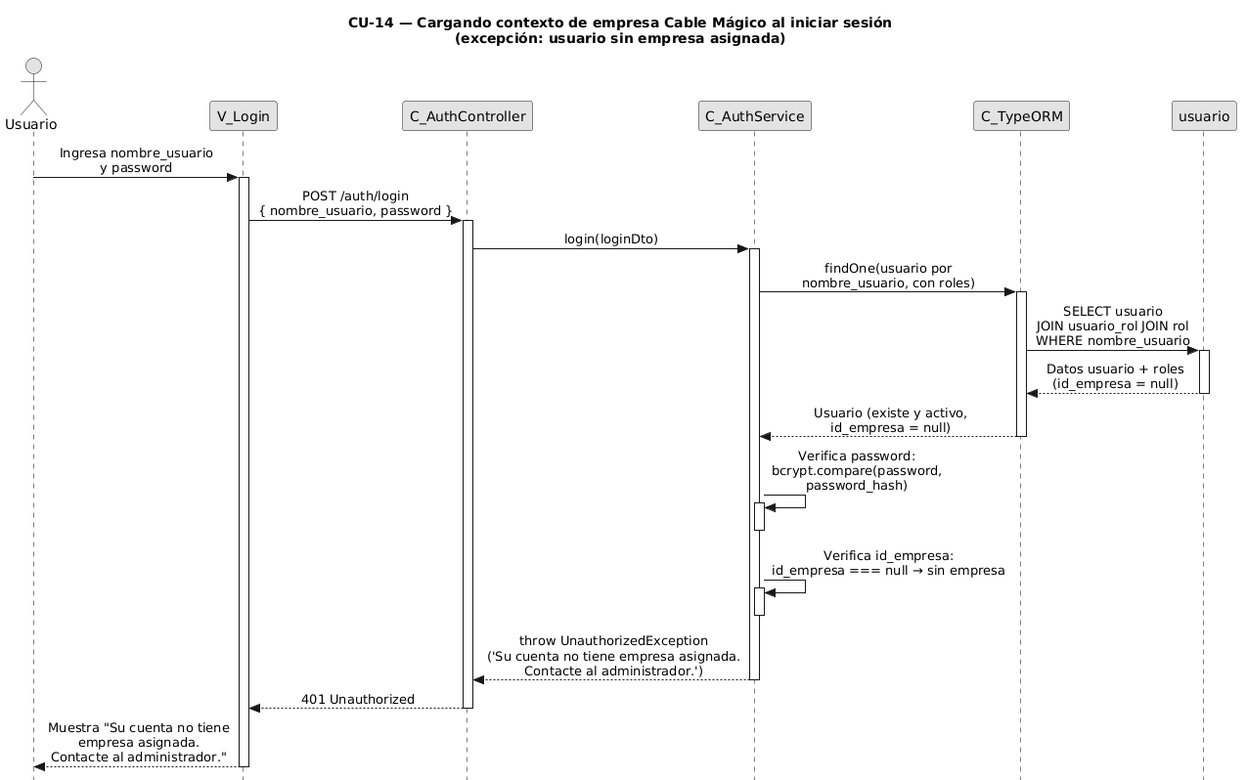
FSM-Finet-y-Cable-Magico/Team_1-Inventario-y-Bodega keeps this PlantUML diagram as diagramas-secuencia/CU14/CU14-exc-sin-empresa.png. Above is the earlier version.
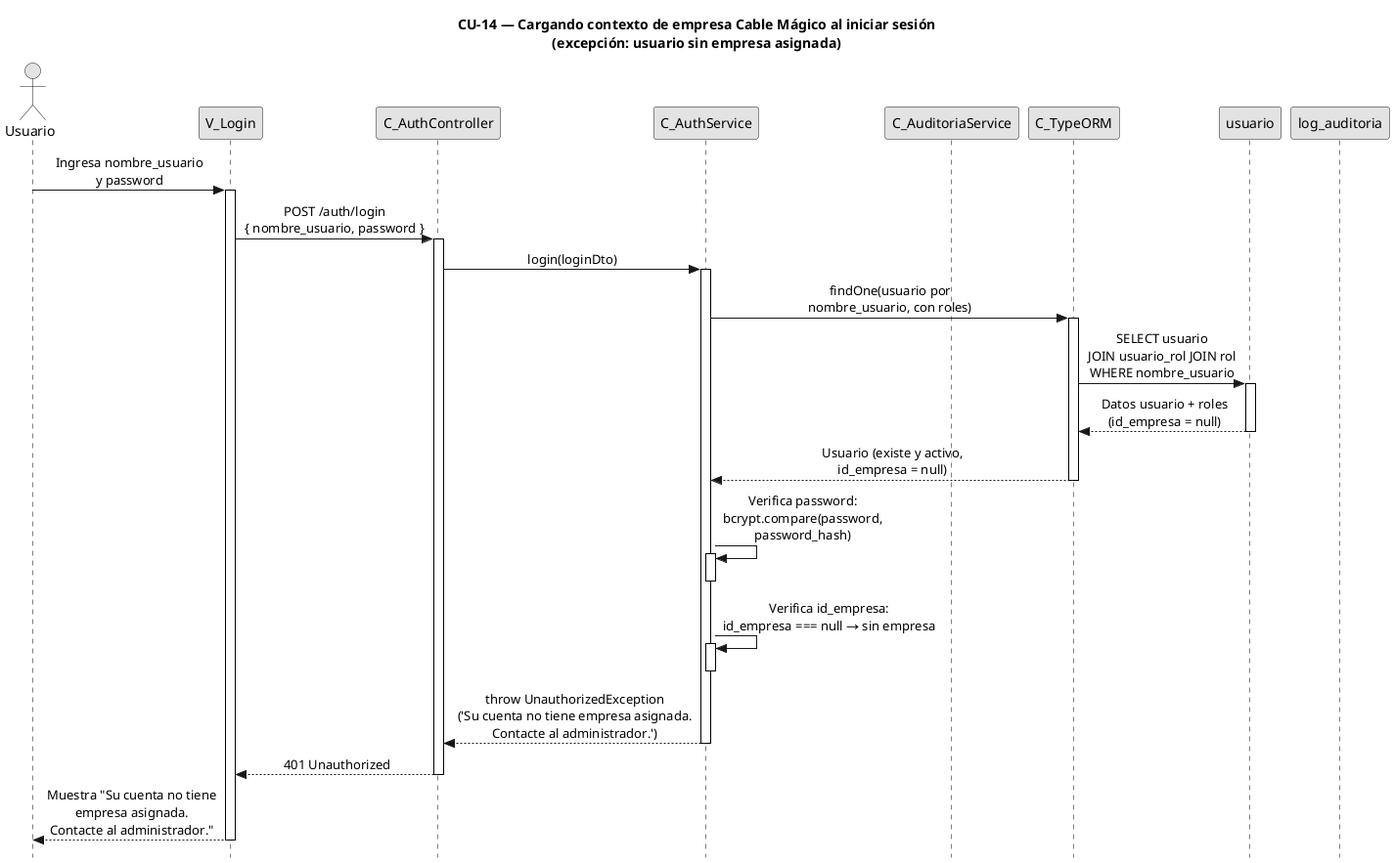
The same diagram one commit later.

What changed in the source:
```diff
@@ -1,4 +1,4 @@
-@startuml
+@startuml CU14-exc-sin-empresa
 title CU-14 — Cargando contexto de empresa Cable Mágico al iniciar sesión\n(excepción: usuario sin empresa asignada)
 
 skinparam style strictuml
@@ -15,8 +15,10 @@
 participant "V_Login" as view
 participant "C_AuthController" as ctrl
 participant "C_AuthService" as svc
+participant "C_AuditoriaService" as aud
 participant "C_TypeORM" as orm
 participant "usuario" as uent
+participant "log_auditoria" as aent
 
 user -> view : Ingresa nombre_usuario\ny password
 activate view
@@ -54,4 +56,5 @@
 
 view --> user : Muestra "Su cuenta no tiene\nempresa asignada.\nContacte al administrador."
 deactivate view
+
 @enduml
```
